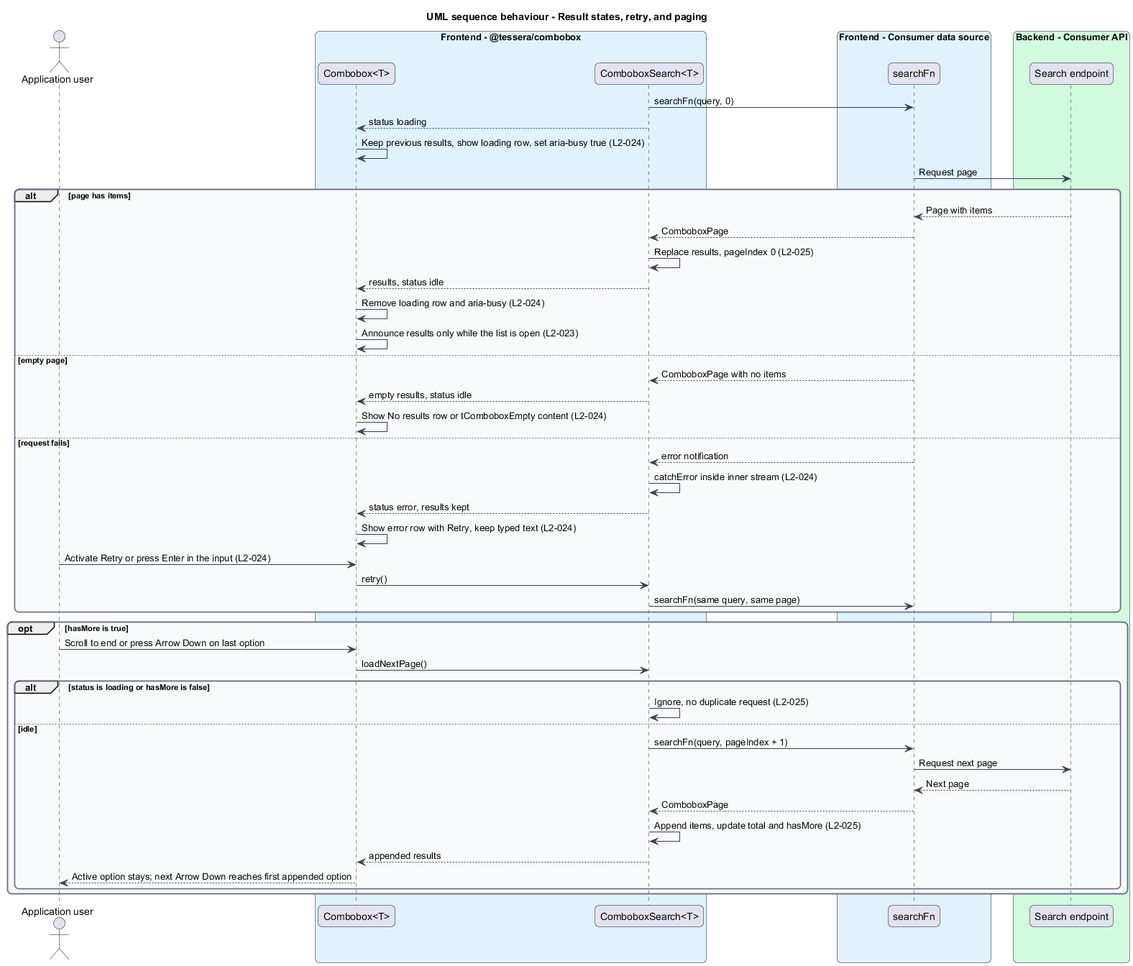
QuinntyneBrown/Tessera keeps this PlantUML diagram as docs/detailed-designs/combobox/search-options/diagrams/sequence-states-paging.png. Above is the earlier version.
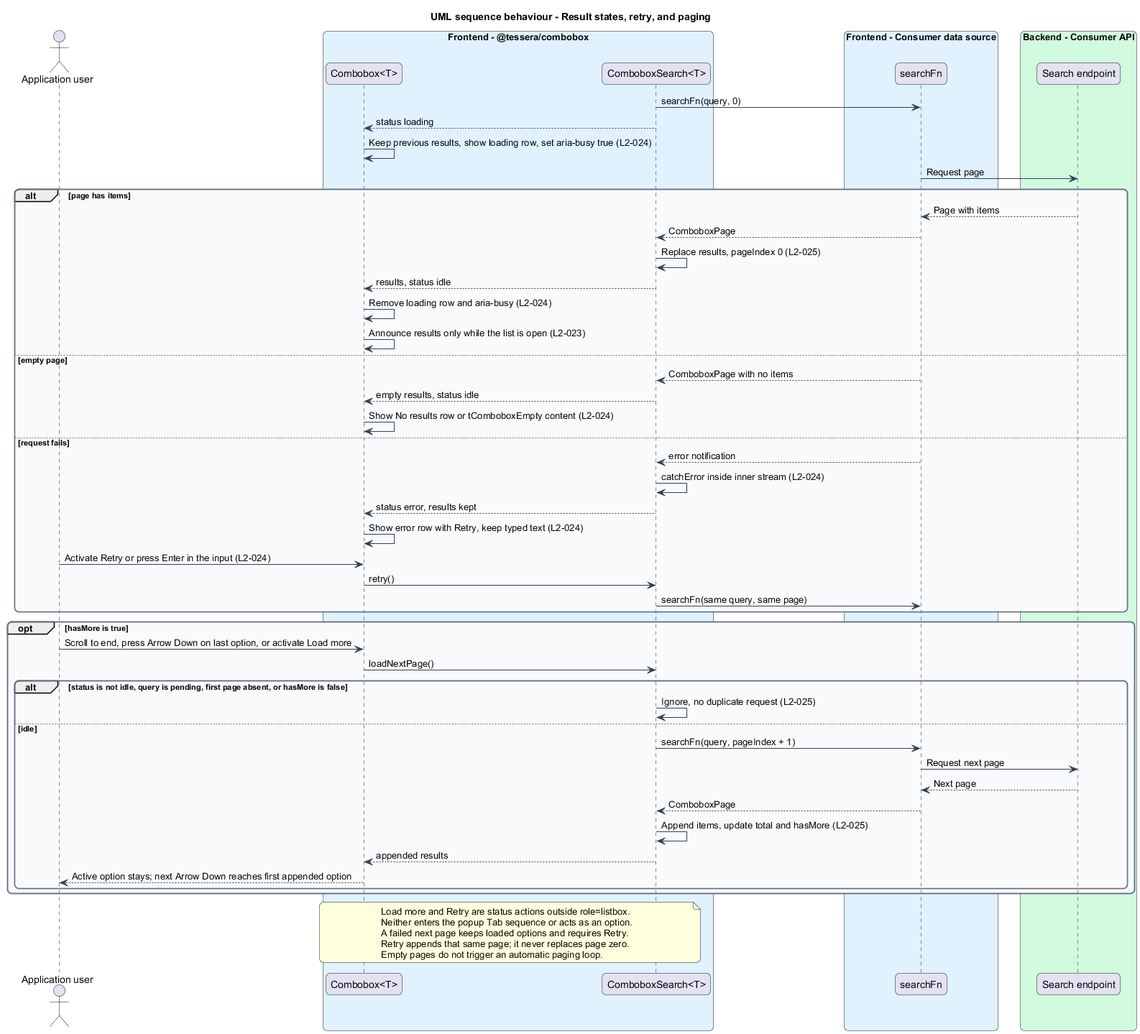
The same diagram one commit later.

Diff of the diagram source:
```diff
@@ -51,9 +51,9 @@
   search -> fn : searchFn(same query, same page)
 end
 opt hasMore is true
-  user -> combo : Scroll to end or press Arrow Down on last option
+  user -> combo : Scroll to end, press Arrow Down on last option, or activate Load more
   combo -> search : loadNextPage()
-  alt status is loading or hasMore is false
+  alt status is not idle, query is pending, first page absent, or hasMore is false
     search -> search : Ignore, no duplicate request (L2-025)
   else idle
     search -> fn : searchFn(query, pageIndex + 1)
@@ -65,4 +65,11 @@
     combo --> user : Active option stays; next Arrow Down reaches first appended option
   end
 end
+note over combo, search
+  Load more and Retry are status actions outside role=listbox.
+  Neither enters the popup Tab sequence or acts as an option.
+  A failed next page keeps loaded options and requires Retry.
+  Retry appends that same page; it never replaces page zero.
+  Empty pages do not trigger an automatic paging loop.
+end note
 @enduml
```
